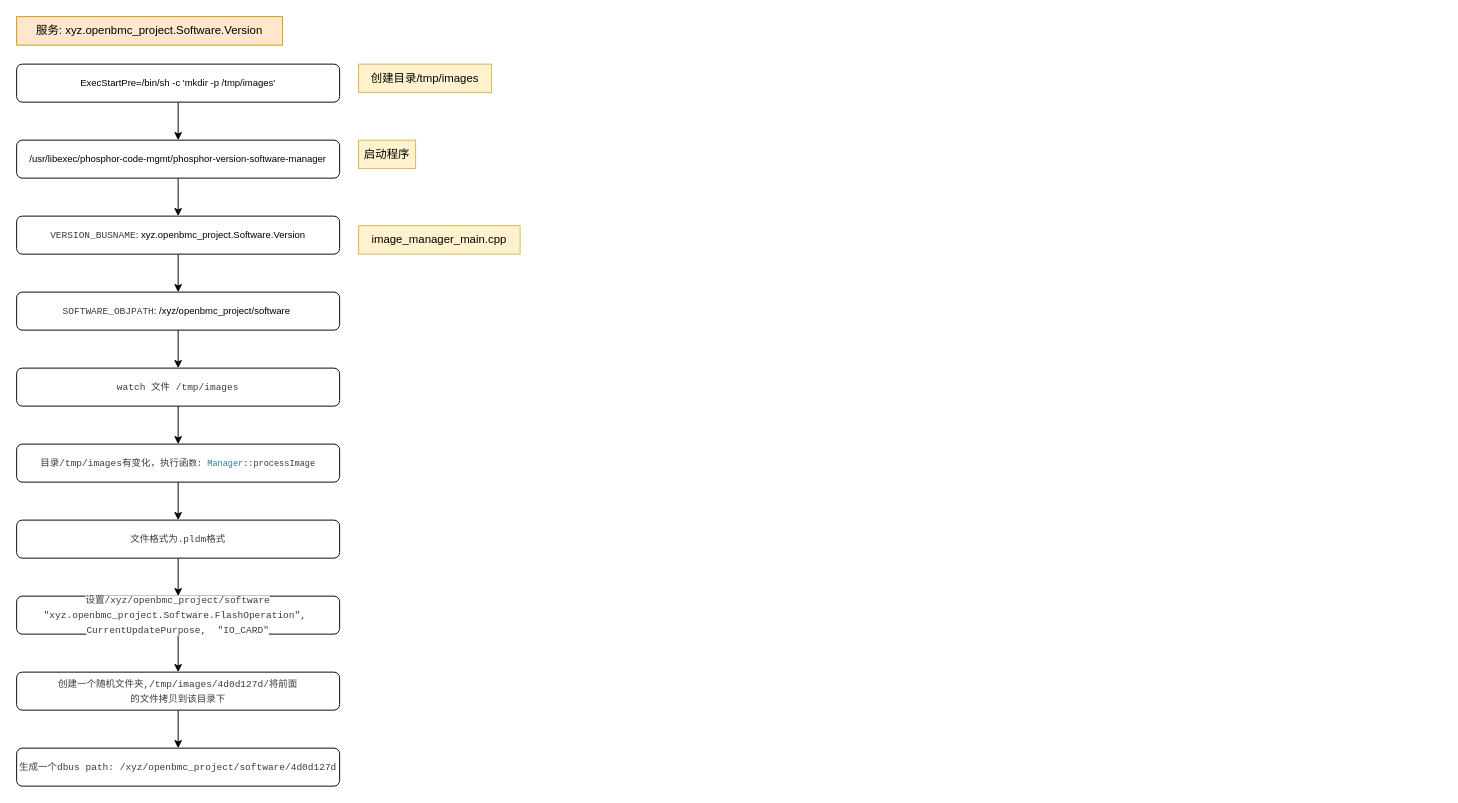
The draw.io diagram pldm固件升级流程.drawio in yuanzhaoming/draws, before the edit. Source tidied: cells renumbered, new cells numbered last; positions are measured from the earlier drawing's top-left corner, leaving out a move shared by most shapes. Both pictures are drawn from the tidied source at 95%, with x=0, y=0 at pixel (16, 16).
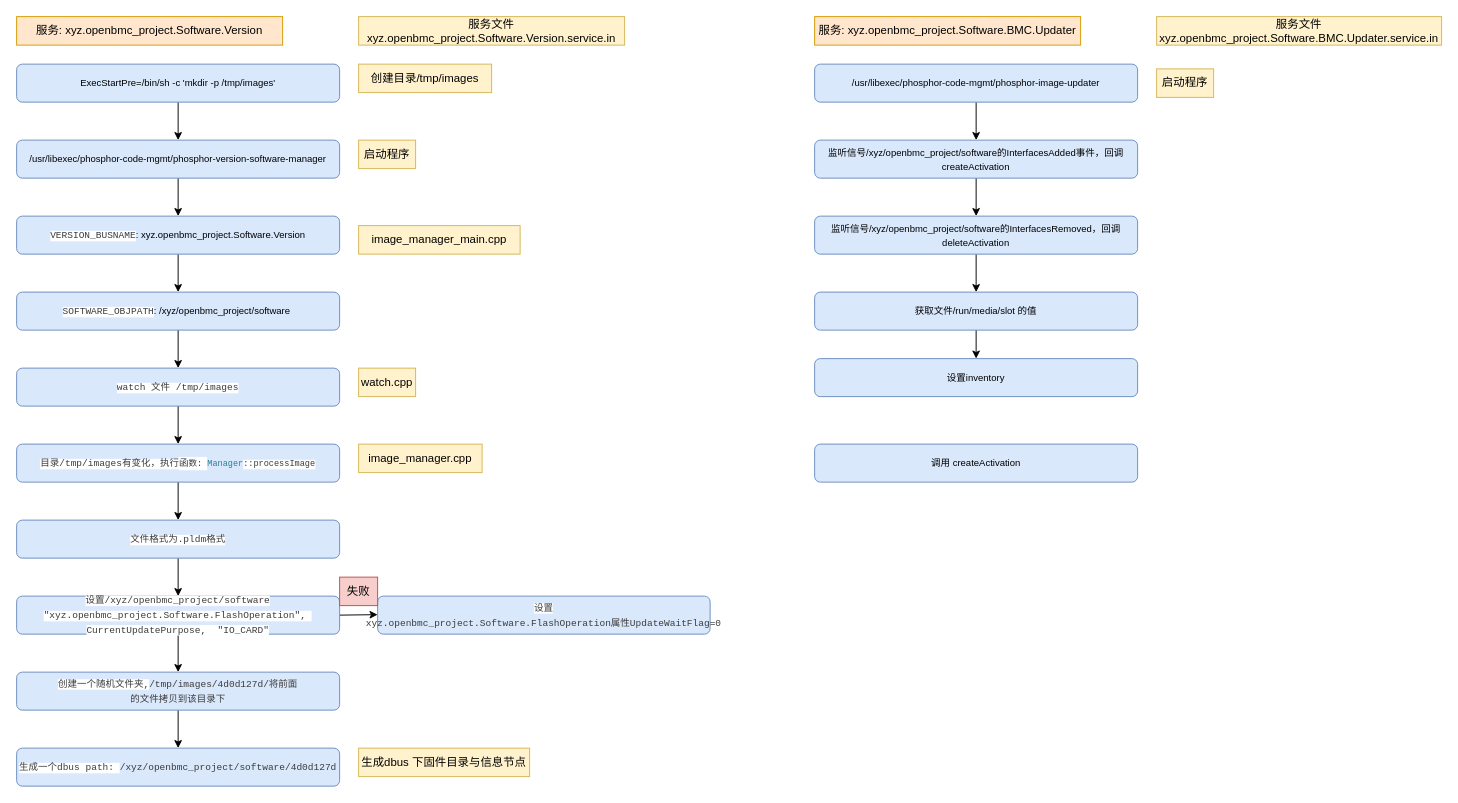
The same page after the edit.

Commit message:
更新pldm固件升级流程.drawio

What changed in the source:
```diff
@@
-    <mxCell id="3" value="&lt;font style=&quot;font-size: 10px;&quot;&gt;ExecStartPre=/bin/sh -c 'mkdir -p /tmp/images'&lt;/font&gt;" style="rounded=1;whiteSpace=wrap;html=1;" parent="1" vertex="1">
+    <mxCell id="3" value="&lt;font style=&quot;font-size: 10px;&quot;&gt;ExecStartPre=/bin/sh -c 'mkdir -p /tmp/images'&lt;/font&gt;" style="rounded=1;whiteSpace=wrap;html=1;fillColor=#dae8fc;strokeColor=#6c8ebf;" parent="1" vertex="1">
       <mxGeometry y="50" width="340" height="40" as="geometry" />
     </mxCell>
@@
-    <mxCell id="7" value="&lt;font style=&quot;font-size: 10px;&quot;&gt;/usr/libexec/phosphor-code-mgmt/phosphor-version-software-manager&lt;/font&gt;" style="rounded=1;whiteSpace=wrap;html=1;" parent="1" vertex="1">
+    <mxCell id="7" value="&lt;font style=&quot;font-size: 10px;&quot;&gt;/usr/libexec/phosphor-code-mgmt/phosphor-version-software-manager&lt;/font&gt;" style="rounded=1;whiteSpace=wrap;html=1;fillColor=#dae8fc;strokeColor=#6c8ebf;" parent="1" vertex="1">
       <mxGeometry y="130" width="340" height="40" as="geometry" />
     </mxCell>
@@
-    <mxCell id="10" value="&lt;font style=&quot;font-size: 10px;&quot;&gt;&lt;span style=&quot;background-color: rgb(255, 255, 255); color: rgb(59, 59, 59); font-family: Consolas, &amp;quot;Courier New&amp;quot;, monospace; white-space: pre;&quot;&gt;VERSION_BUSNAME&lt;/span&gt;: xyz.openbmc_project.Software.Version&lt;/font&gt;" style="rounded=1;whiteSpace=wrap;html=1;" parent="1" vertex="1">
+    <mxCell id="10" value="&lt;font style=&quot;font-size: 10px;&quot;&gt;&lt;span style=&quot;background-color: rgb(255, 255, 255); color: rgb(59, 59, 59); font-family: Consolas, &amp;quot;Courier New&amp;quot;, monospace; white-space: pre;&quot;&gt;VERSION_BUSNAME&lt;/span&gt;: xyz.openbmc_project.Software.Version&lt;/font&gt;" style="rounded=1;whiteSpace=wrap;html=1;fillColor=#dae8fc;strokeColor=#6c8ebf;" parent="1" vertex="1">
       <mxGeometry y="210" width="340" height="40" as="geometry" />
     </mxCell>
@@
-    <mxCell id="12" value="&lt;font style=&quot;font-size: 10px;&quot;&gt;&lt;span style=&quot;background-color: rgb(255, 255, 255); color: rgb(59, 59, 59); font-family: Consolas, &amp;quot;Courier New&amp;quot;, monospace; white-space: pre;&quot;&gt;SOFTWARE_OBJPATH&lt;/span&gt;: /xyz/openbmc_project/software&amp;nbsp;&lt;/font&gt;" style="rounded=1;whiteSpace=wrap;html=1;" parent="1" vertex="1">
+    <mxCell id="12" value="&lt;font style=&quot;font-size: 10px;&quot;&gt;&lt;span style=&quot;background-color: rgb(255, 255, 255); color: rgb(59, 59, 59); font-family: Consolas, &amp;quot;Courier New&amp;quot;, monospace; white-space: pre;&quot;&gt;SOFTWARE_OBJPATH&lt;/span&gt;: /xyz/openbmc_project/software&amp;nbsp;&lt;/font&gt;" style="rounded=1;whiteSpace=wrap;html=1;fillColor=#dae8fc;strokeColor=#6c8ebf;" parent="1" vertex="1">
       <mxGeometry y="290" width="340" height="40" as="geometry" />
     </mxCell>
@@
-    <mxCell id="14" value="&lt;font color=&quot;#3b3b3b&quot; face=&quot;Consolas, Courier New, monospace&quot; style=&quot;font-size: 10px;&quot;&gt;&lt;span style=&quot;white-space: pre; background-color: rgb(255, 255, 255);&quot;&gt;watch 文件 /tmp/images&lt;/span&gt;&lt;/font&gt;" style="rounded=1;whiteSpace=wrap;html=1;" parent="1" vertex="1">
+    <mxCell id="14" value="&lt;font color=&quot;#3b3b3b&quot; face=&quot;Consolas, Courier New, monospace&quot; style=&quot;font-size: 10px;&quot;&gt;&lt;span style=&quot;white-space: pre; background-color: rgb(255, 255, 255);&quot;&gt;watch 文件 /tmp/images&lt;/span&gt;&lt;/font&gt;" style="rounded=1;whiteSpace=wrap;html=1;fillColor=#dae8fc;strokeColor=#6c8ebf;" parent="1" vertex="1">
       <mxGeometry y="370" width="340" height="40" as="geometry" />
     </mxCell>
@@
-    <mxCell id="17" value="&lt;font color=&quot;#3b3b3b&quot; face=&quot;Consolas, Courier New, monospace&quot;&gt;&lt;span style=&quot;font-size: 10px; white-space: pre; background-color: rgb(255, 255, 255);&quot;&gt;目录/tmp/images有变化，执行&lt;/span&gt;&lt;span style=&quot;white-space: pre; background-color: rgb(255, 255, 255);&quot;&gt;&lt;font style=&quot;font-size: 10px;&quot;&gt;函&lt;/font&gt;&lt;font style=&quot;font-size: 9px;&quot;&gt;数: &lt;/font&gt;&lt;/span&gt;&lt;/font&gt;&lt;font style=&quot;font-size: 9px;&quot;&gt;&lt;span style=&quot;font-family: Consolas, &amp;quot;Courier New&amp;quot;, monospace; white-space: pre; color: rgb(38, 127, 153);&quot;&gt;Manager&lt;/span&gt;&lt;span style=&quot;background-color: rgb(255, 255, 255); color: rgb(59, 59, 59); font-family: Consolas, &amp;quot;Courier New&amp;quot;, monospace; white-space: pre;&quot;&gt;::processImage&lt;/span&gt;&lt;/font&gt;" style="rounded=1;whiteSpace=wrap;html=1;" parent="1" vertex="1">
+    <mxCell id="17" value="&lt;font color=&quot;#3b3b3b&quot; face=&quot;Consolas, Courier New, monospace&quot;&gt;&lt;span style=&quot;font-size: 10px; white-space: pre; background-color: rgb(255, 255, 255);&quot;&gt;目录/tmp/images有变化，执行&lt;/span&gt;&lt;span style=&quot;white-space: pre; background-color: rgb(255, 255, 255);&quot;&gt;&lt;font style=&quot;font-size: 10px;&quot;&gt;函&lt;/font&gt;&lt;font style=&quot;font-size: 9px;&quot;&gt;数: &lt;/font&gt;&lt;/span&gt;&lt;/font&gt;&lt;font style=&quot;font-size: 9px;&quot;&gt;&lt;span style=&quot;font-family: Consolas, &amp;quot;Courier New&amp;quot;, monospace; white-space: pre; color: rgb(38, 127, 153);&quot;&gt;Manager&lt;/span&gt;&lt;span style=&quot;background-color: rgb(255, 255, 255); color: rgb(59, 59, 59); font-family: Consolas, &amp;quot;Courier New&amp;quot;, monospace; white-space: pre;&quot;&gt;::processImage&lt;/span&gt;&lt;/font&gt;" style="rounded=1;whiteSpace=wrap;html=1;fillColor=#dae8fc;strokeColor=#6c8ebf;" parent="1" vertex="1">
       <mxGeometry y="450" width="340" height="40" as="geometry" />
     </mxCell>
@@
-    <mxCell id="19" value="&lt;font color=&quot;#3b3b3b&quot; face=&quot;Consolas, Courier New, monospace&quot;&gt;&lt;span style=&quot;font-size: 10px; white-space: pre; background-color: rgb(255, 255, 255);&quot;&gt;文件格式为.pldm格式&lt;/span&gt;&lt;/font&gt;" style="rounded=1;whiteSpace=wrap;html=1;" parent="1" vertex="1">
+    <mxCell id="19" value="&lt;font color=&quot;#3b3b3b&quot; face=&quot;Consolas, Courier New, monospace&quot;&gt;&lt;span style=&quot;font-size: 10px; white-space: pre; background-color: rgb(255, 255, 255);&quot;&gt;文件格式为.pldm格式&lt;/span&gt;&lt;/font&gt;" style="rounded=1;whiteSpace=wrap;html=1;fillColor=#dae8fc;strokeColor=#6c8ebf;" parent="1" vertex="1">
       <mxGeometry y="530" width="340" height="40" as="geometry" />
     </mxCell>
@@
+    <mxCell id="25" style="edgeStyle=orthogonalEdgeStyle;rounded=0;jettySize=auto;html=1;exitX=1;exitY=0.5;exitDx=0;exitDy=0;" parent="1" edge="1" source="21">
+      <mxGeometry relative="1" as="geometry">
+        <mxPoint x="380" y="629.5" as="targetPoint" />
+      </mxGeometry>
+    </mxCell>
-    <mxCell id="21" value="&lt;font color=&quot;#3b3b3b&quot; face=&quot;Consolas, Courier New, monospace&quot;&gt;&lt;span style=&quot;font-size: 10px; white-space: pre; background-color: rgb(255, 255, 255);&quot;&gt;设置/xyz/openbmc_project/software&lt;br/&gt;&quot;xyz.openbmc_project.Software.FlashOperation&quot;, &lt;br/&gt;CurrentUpdatePurpose,  &quot;IO_CARD&quot;&lt;/span&gt;&lt;/font&gt;" style="rounded=1;whiteSpace=wrap;html=1;" parent="1" vertex="1">
+    <mxCell id="21" value="&lt;font color=&quot;#3b3b3b&quot; face=&quot;Consolas, Courier New, monospace&quot;&gt;&lt;span style=&quot;font-size: 10px; white-space: pre; background-color: rgb(255, 255, 255);&quot;&gt;设置/xyz/openbmc_project/software&lt;br/&gt;&quot;xyz.openbmc_project.Software.FlashOperation&quot;, &lt;br/&gt;CurrentUpdatePurpose,  &quot;IO_CARD&quot;&lt;/span&gt;&lt;/font&gt;" style="rounded=1;whiteSpace=wrap;html=1;fillColor=#dae8fc;strokeColor=#6c8ebf;" parent="1" vertex="1">
       <mxGeometry y="610" width="340" height="40" as="geometry" />
     </mxCell>
@@
-    <mxCell id="23" value="&lt;font color=&quot;#3b3b3b&quot; face=&quot;Consolas, Courier New, monospace&quot;&gt;&lt;span style=&quot;font-size: 10px; white-space: pre; background-color: rgb(255, 255, 255);&quot;&gt;创建一个随机文件夹,&lt;/span&gt;&lt;span style=&quot;font-size: 10px; white-space: pre;&quot;&gt;/tmp/images/4d0d127d/将前面&lt;/span&gt;&lt;/font&gt;&lt;div&gt;&lt;font color=&quot;#3b3b3b&quot; face=&quot;Consolas, Courier New, monospace&quot;&gt;&lt;span style=&quot;font-size: 10px; white-space: pre;&quot;&gt;的文件拷贝到该目录下&lt;/span&gt;&lt;/font&gt;&lt;/div&gt;" style="rounded=1;whiteSpace=wrap;html=1;" parent="1" vertex="1">
+    <mxCell id="23" value="&lt;font color=&quot;#3b3b3b&quot; face=&quot;Consolas, Courier New, monospace&quot;&gt;&lt;span style=&quot;font-size: 10px; white-space: pre; background-color: rgb(255, 255, 255);&quot;&gt;创建一个随机文件夹,&lt;/span&gt;&lt;span style=&quot;font-size: 10px; white-space: pre;&quot;&gt;/tmp/images/4d0d127d/将前面&lt;/span&gt;&lt;/font&gt;&lt;div&gt;&lt;font color=&quot;#3b3b3b&quot; face=&quot;Consolas, Courier New, monospace&quot;&gt;&lt;span style=&quot;font-size: 10px; white-space: pre;&quot;&gt;的文件拷贝到该目录下&lt;/span&gt;&lt;/font&gt;&lt;/div&gt;" style="rounded=1;whiteSpace=wrap;html=1;fillColor=#dae8fc;strokeColor=#6c8ebf;" parent="1" vertex="1">
       <mxGeometry y="690" width="340" height="40" as="geometry" />
     </mxCell>
-    <mxCell id="24" value="&lt;font color=&quot;#3b3b3b&quot; face=&quot;Consolas, Courier New, monospace&quot;&gt;&lt;span style=&quot;font-size: 10px; white-space: pre; background-color: rgb(255, 255, 255);&quot;&gt;生成一个dbus path: &lt;/span&gt;&lt;span style=&quot;font-size: 10px; white-space: pre;&quot;&gt;/xyz/openbmc_project/software/4d0d127d&lt;/span&gt;&lt;/font&gt;" style="rounded=1;whiteSpace=wrap;html=1;" parent="1" vertex="1">
+    <mxCell id="24" value="&lt;font color=&quot;#3b3b3b&quot; face=&quot;Consolas, Courier New, monospace&quot;&gt;&lt;span style=&quot;font-size: 10px; white-space: pre; background-color: rgb(255, 255, 255);&quot;&gt;生成一个dbus path: &lt;/span&gt;&lt;span style=&quot;font-size: 10px; white-space: pre;&quot;&gt;/xyz/openbmc_project/software/4d0d127d&lt;/span&gt;&lt;/font&gt;" style="rounded=1;whiteSpace=wrap;html=1;fillColor=#dae8fc;strokeColor=#6c8ebf;" parent="1" vertex="1">
       <mxGeometry y="770" width="340" height="40" as="geometry" />
     </mxCell>
+    <mxCell id="26" value="生成dbus 下固件目录与信息节点" style="text;html=1;whiteSpace=wrap;strokeColor=#d6b656;fillColor=#fff2cc;align=center;verticalAlign=middle;rounded=0;" parent="1" vertex="1">
+      <mxGeometry x="360" y="770" width="180" height="30" as="geometry" />
+    </mxCell>
+    <mxCell id="27" value="&lt;font color=&quot;#3b3b3b&quot; face=&quot;Consolas, Courier New, monospace&quot;&gt;&lt;span style=&quot;font-size: 10px; white-space: pre; background-color: rgb(255, 255, 255);&quot;&gt;设置&lt;/span&gt;&lt;span style=&quot;font-size: 10px; white-space: pre;&quot;&gt;xyz.openbmc_project.Software.FlashOperation属性UpdateWaitFlag=0&lt;/span&gt;&lt;/font&gt;" style="rounded=1;whiteSpace=wrap;html=1;fillColor=#dae8fc;strokeColor=#6c8ebf;" parent="1" vertex="1">
+      <mxGeometry x="380" y="610" width="350" height="40" as="geometry" />
+    </mxCell>
+    <mxCell id="28" value="失败" style="text;html=1;whiteSpace=wrap;strokeColor=#b85450;fillColor=#f8cecc;align=center;verticalAlign=middle;rounded=0;" parent="1" vertex="1">
+      <mxGeometry x="340" y="590" width="40" height="30" as="geometry" />
+    </mxCell>
+    <mxCell id="29" value="watch.cpp" style="text;html=1;whiteSpace=wrap;strokeColor=#d6b656;fillColor=#fff2cc;align=center;verticalAlign=middle;rounded=0;" parent="1" vertex="1">
+      <mxGeometry x="360" y="370" width="60" height="30" as="geometry" />
+    </mxCell>
+    <mxCell id="30" value="image_manager.cpp" style="text;html=1;whiteSpace=wrap;strokeColor=#d6b656;fillColor=#fff2cc;align=center;verticalAlign=middle;rounded=0;" parent="1" vertex="1">
+      <mxGeometry x="360" y="450" width="130" height="30" as="geometry" />
+    </mxCell>
+    <mxCell id="31" value="服务文件xyz.openbmc_project.Software.Version.service.in" style="text;html=1;whiteSpace=wrap;strokeColor=#d6b656;fillColor=#fff2cc;align=center;verticalAlign=middle;rounded=0;" parent="1" vertex="1">
+      <mxGeometry x="360" width="280" height="30" as="geometry" />
+    </mxCell>
+    <mxCell id="32" value="服务:&amp;nbsp;xyz.openbmc_project.Software.BMC.Updater" style="text;html=1;whiteSpace=wrap;strokeColor=#d79b00;fillColor=#ffe6cc;align=center;verticalAlign=middle;rounded=0;" parent="1" vertex="1">
+      <mxGeometry x="840" width="280" height="30" as="geometry" />
+    </mxCell>
+    <mxCell id="33" style="edgeStyle=orthogonalEdgeStyle;rounded=0;jettySize=auto;html=1;exitX=0.5;exitY=1;exitDx=0;exitDy=0;entryX=0.5;entryY=0;entryDx=0;entryDy=0;" parent="1" edge="1" source="34" target="38">
+      <mxGeometry relative="1" as="geometry" />
+    </mxCell>
+    <mxCell id="34" value="&lt;font style=&quot;font-size: 10px;&quot;&gt;/usr/libexec/phosphor-code-mgmt/phosphor-image-updater&lt;/font&gt;" style="rounded=1;whiteSpace=wrap;html=1;fillColor=#dae8fc;strokeColor=#6c8ebf;" parent="1" vertex="1">
+      <mxGeometry x="840" y="50" width="340" height="40" as="geometry" />
+    </mxCell>
+    <mxCell id="35" value="服务文件xyz.openbmc_project.Software.BMC.Updater.service.in" style="text;html=1;whiteSpace=wrap;strokeColor=#d6b656;fillColor=#fff2cc;align=center;verticalAlign=middle;rounded=0;" parent="1" vertex="1">
+      <mxGeometry x="1200" width="300" height="30" as="geometry" />
+    </mxCell>
+    <mxCell id="36" value="启动程序" style="text;html=1;whiteSpace=wrap;strokeColor=#d6b656;fillColor=#fff2cc;align=center;verticalAlign=middle;rounded=0;" parent="1" vertex="1">
+      <mxGeometry x="1200" y="55" width="60" height="30" as="geometry" />
+    </mxCell>
+    <mxCell id="37" style="edgeStyle=orthogonalEdgeStyle;rounded=0;jettySize=auto;html=1;exitX=0.5;exitY=1;exitDx=0;exitDy=0;entryX=0.5;entryY=0;entryDx=0;entryDy=0;" parent="1" edge="1" source="38" target="40">
+      <mxGeometry relative="1" as="geometry" />
+    </mxCell>
+    <mxCell id="38" value="&lt;font style=&quot;font-size: 10px;&quot;&gt;监听信号/xyz/openbmc_project/software的InterfacesAdded事件，回调createActivation&lt;/font&gt;" style="rounded=1;whiteSpace=wrap;html=1;fillColor=#dae8fc;strokeColor=#6c8ebf;" parent="1" vertex="1">
+      <mxGeometry x="840" y="130" width="340" height="40" as="geometry" />
+    </mxCell>
+    <mxCell id="39" style="edgeStyle=orthogonalEdgeStyle;rounded=0;jettySize=auto;html=1;exitX=0.5;exitY=1;exitDx=0;exitDy=0;entryX=0.5;entryY=0;entryDx=0;entryDy=0;" parent="1" edge="1" source="40" target="42">
+      <mxGeometry relative="1" as="geometry" />
+    </mxCell>
+    <mxCell id="40" value="&lt;font style=&quot;font-size: 10px;&quot;&gt;监听信号/xyz/openbmc_project/software的InterfacesRemoved，回调deleteActivation&lt;/font&gt;" style="rounded=1;whiteSpace=wrap;html=1;fillColor=#dae8fc;strokeColor=#6c8ebf;" parent="1" vertex="1">
+      <mxGeometry x="840" y="210" width="340" height="40" as="geometry" />
+    </mxCell>
+    <mxCell id="41" style="edgeStyle=orthogonalEdgeStyle;rounded=0;jettySize=auto;html=1;exitX=0.5;exitY=1;exitDx=0;exitDy=0;entryX=0.5;entryY=0;entryDx=0;entryDy=0;" parent="1" edge="1" source="42" target="43">
+      <mxGeometry relative="1" as="geometry" />
+    </mxCell>
+    <mxCell id="42" value="&lt;font style=&quot;font-size: 10px;&quot;&gt;获取文件/run/media/slot 的值&lt;/font&gt;" style="rounded=1;whiteSpace=wrap;html=1;fillColor=#dae8fc;strokeColor=#6c8ebf;" parent="1" vertex="1">
+      <mxGeometry x="840" y="290" width="340" height="40" as="geometry" />
+    </mxCell>
+    <mxCell id="43" value="&lt;font style=&quot;font-size: 10px;&quot;&gt;设置inventory&lt;/font&gt;" style="rounded=1;whiteSpace=wrap;html=1;fillColor=#dae8fc;strokeColor=#6c8ebf;" parent="1" vertex="1">
+      <mxGeometry x="840" y="360" width="340" height="40" as="geometry" />
+    </mxCell>
+    <mxCell id="44" value="&lt;span style=&quot;font-size: 10px;&quot;&gt;调用&amp;nbsp;&lt;/span&gt;&lt;span style=&quot;font-size: 10px;&quot;&gt;createActivation&lt;/span&gt;" style="rounded=1;whiteSpace=wrap;html=1;fillColor=#dae8fc;strokeColor=#6c8ebf;" parent="1" vertex="1">
+      <mxGeometry x="840" y="450" width="340" height="40" as="geometry" />
+    </mxCell>
```
